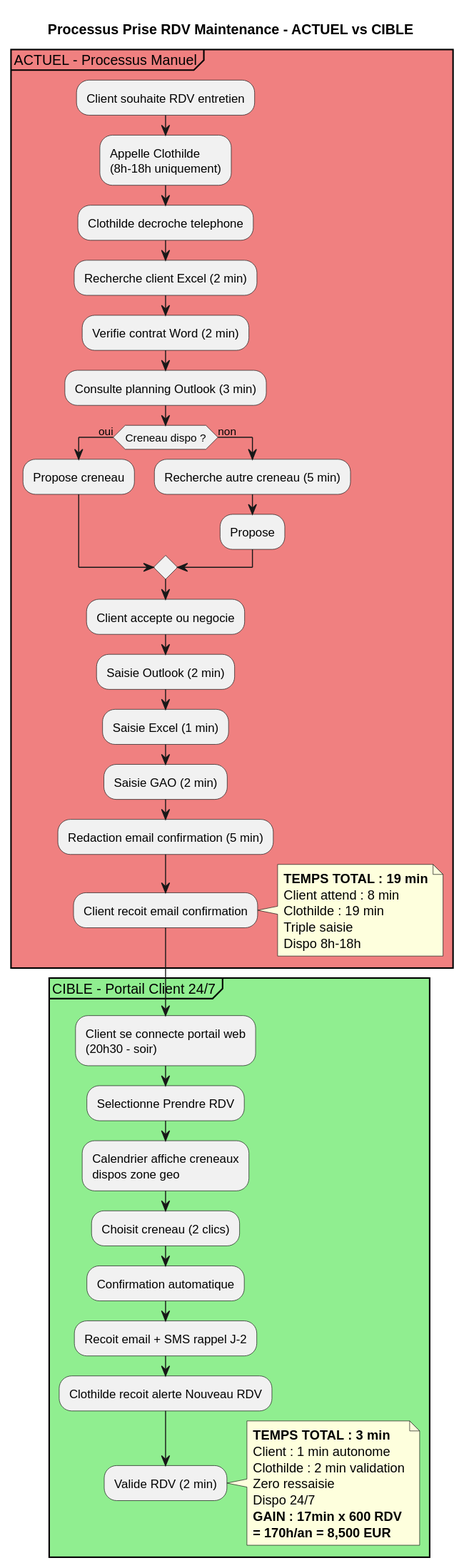
The PlantUML diagram Maintenance-Technique/uml/Activity_Prise_RDV.svg in JordanSerafini/Audit_Duret, before a commit.
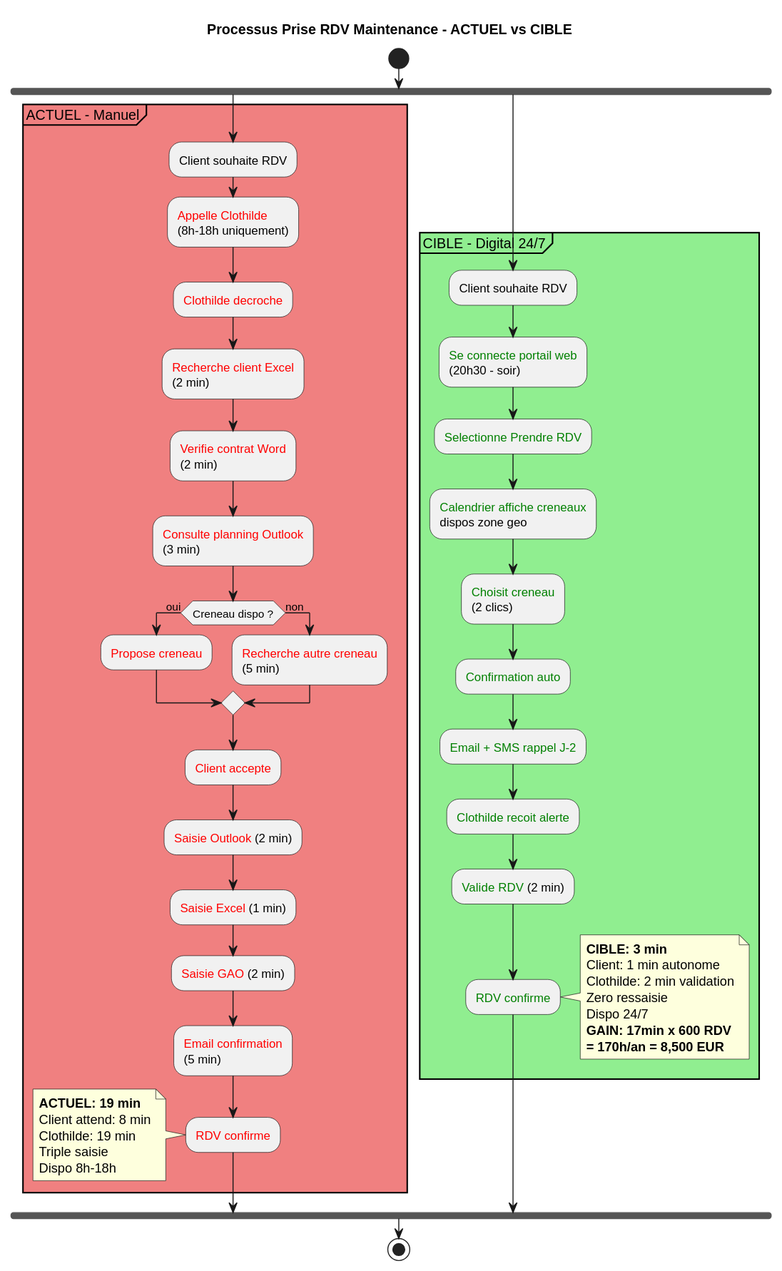
After the commit.

What changed in the source:
```diff
@@ -1,55 +1,62 @@
 @startuml
 title Processus Prise RDV Maintenance - ACTUEL vs CIBLE
 
-partition "ACTUEL - Processus Manuel" #LightCoral {
-  :Client souhaite RDV entretien;
-  :Appelle Clothilde\n(8h-18h uniquement);
-  :Clothilde decroche telephone;
-  :Recherche client Excel (2 min);
-  :Verifie contrat Word (2 min);
-  :Consulte planning Outlook (3 min);
+start
 
-  if (Creneau dispo ?) then (oui)
-    :Propose creneau;
-  else (non)
-    :Recherche autre creneau (5 min);
-    :Propose;
-  endif
+fork
+  partition "ACTUEL - Manuel" #LightCoral {
+    :Client souhaite RDV;
+    :<color:red>Appelle Clothilde</color>\n(8h-18h uniquement);
+    :<color:red>Clothilde decroche</color>;
+    :<color:red>Recherche client Excel</color>\n(2 min);
+    :<color:red>Verifie contrat Word</color>\n(2 min);
+    :<color:red>Consulte planning Outlook</color>\n(3 min);
 
-  :Client accepte ou negocie;
-  :Saisie Outlook (2 min);
-  :Saisie Excel (1 min);
-  :Saisie GAO (2 min);
-  :Redaction email confirmation (5 min);
-  :Client recoit email confirmation;
+    if (Creneau dispo ?) then (oui)
+      :<color:red>Propose creneau</color>;
+    else (non)
+      :<color:red>Recherche autre creneau</color>\n(5 min);
+    endif
 
-  note right
-    **TEMPS TOTAL : 19 min**
-    Client attend : 8 min
-    Clothilde : 19 min
-    Triple saisie
-    Dispo 8h-18h
-  end note
-}
+    :<color:red>Client accepte</color>;
+    :<color:red>Saisie Outlook</color> (2 min);
+    :<color:red>Saisie Excel</color> (1 min);
+    :<color:red>Saisie GAO</color> (2 min);
+    :<color:red>Email confirmation</color>\n(5 min);
+    :<color:red>RDV confirme</color>;
 
-partition "CIBLE - Portail Client 24/7" #LightGreen {
-  :Client se connecte portail web\n(20h30 - soir);
-  :Selectionne Prendre RDV;
-  :Calendrier affiche creneaux\ndispos zone geo;
-  :Choisit creneau (2 clics);
-  :Confirmation automatique;
-  :Recoit email + SMS rappel J-2;
-  :Clothilde recoit alerte Nouveau RDV;
-  :Valide RDV (2 min);
+    note left
+      **ACTUEL: 19 min**
+      Client attend: 8 min
+      Clothilde: 19 min
+      Triple saisie
+      Dispo 8h-18h
+    end note
+  }
+fork again
+  partition "CIBLE - Digital 24/7" #LightGreen {
+    :Client souhaite RDV;
+    :<color:green>Se connecte portail web</color>\n(20h30 - soir);
+    :<color:green>Selectionne Prendre RDV</color>;
+    :<color:green>Calendrier affiche creneaux</color>\ndispos zone geo;
+    :<color:green>Choisit creneau</color>\n(2 clics);
+    :<color:green>Confirmation auto</color>;
+    :<color:green>Email + SMS rappel J-2</color>;
+    :<color:green>Clothilde recoit alerte</color>;
+    :<color:green>Valide RDV</color> (2 min);
+    :<color:green>RDV confirme</color>;
 
-  note right
-    **TEMPS TOTAL : 3 min**
-    Client : 1 min autonome
-    Clothilde : 2 min validation
-    Zero ressaisie
-    Dispo 24/7
-    **GAIN : 17min x 600 RDV**
-    **= 170h/an = 8,500 EUR**
-  end note
-}
+    note right
+      **CIBLE: 3 min**
+      Client: 1 min autonome
+      Clothilde: 2 min validation
+      Zero ressaisie
+      Dispo 24/7
+      **GAIN: 17min x 600 RDV**
+      **= 170h/an = 8,500 EUR**
+    end note
+  }
+end fork
+
+stop
 @enduml
```
